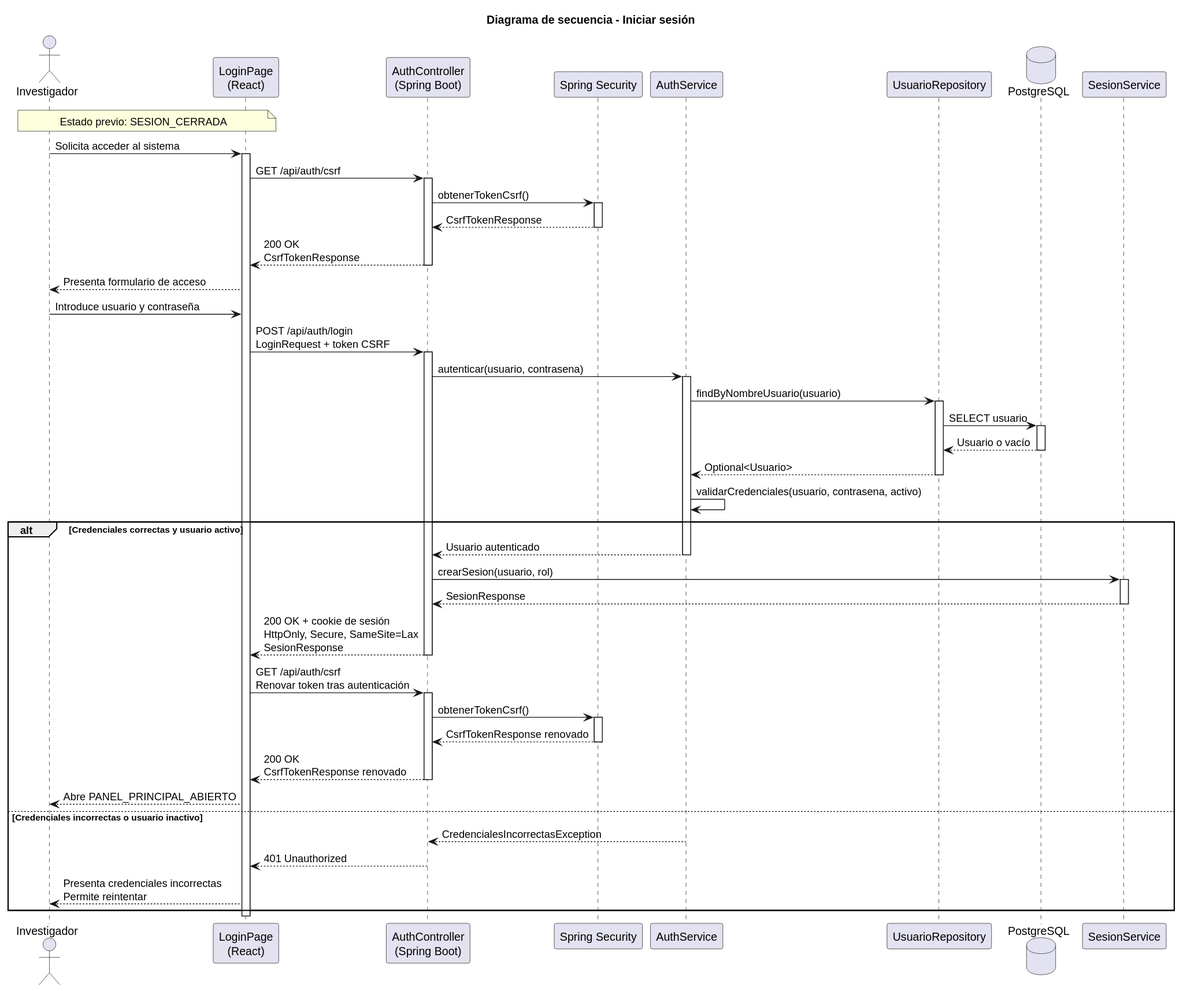
The PlantUML diagram images/RUP/02-diseño/casos-uso/investigador/iniciarSesion/secuencia.svg in beatriizorozco/25-26-idsw2-sdVC, before a commit.
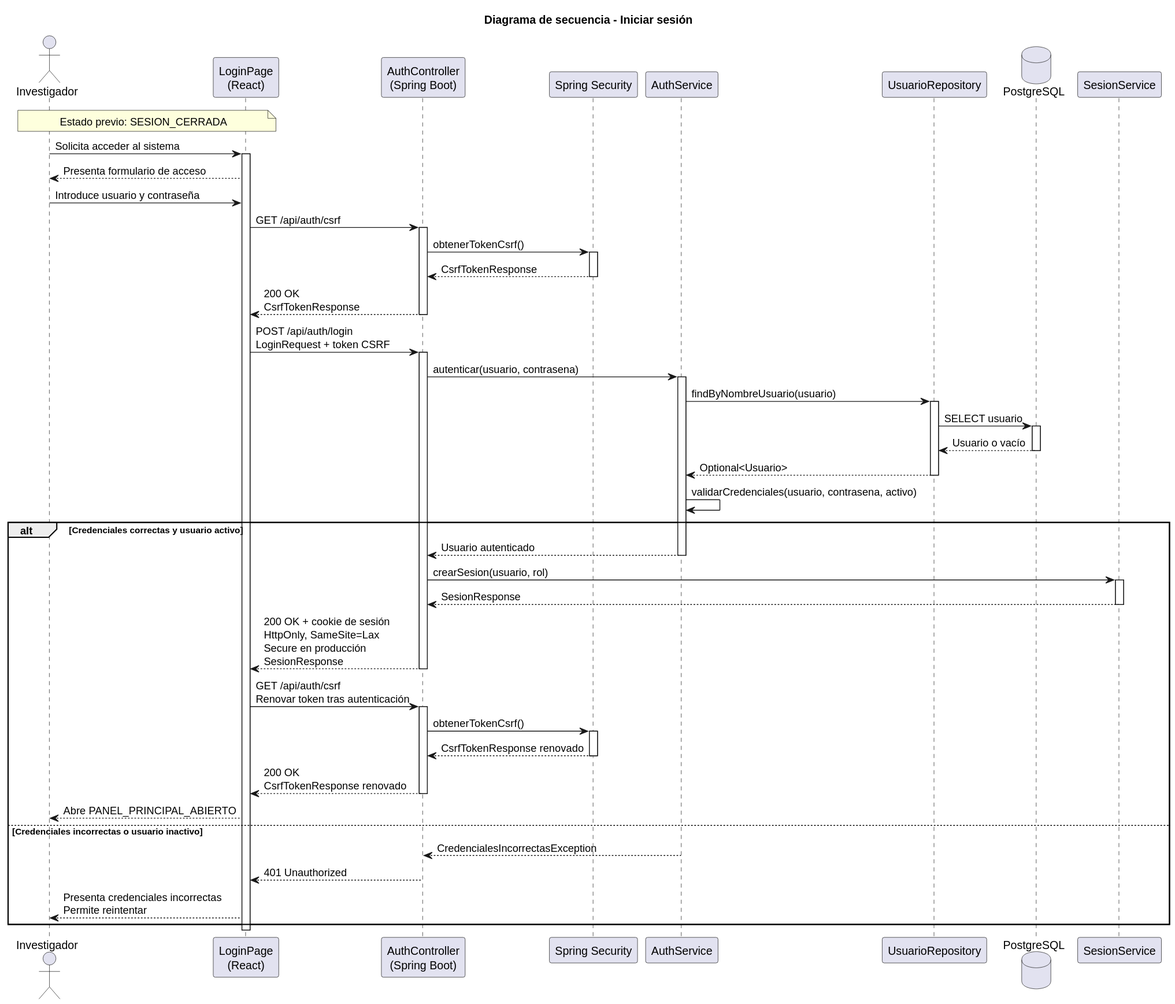
After the change.

The edit, as a diff of the source:
```diff
@@ -16,6 +16,8 @@
 
 Investigador -> Frontend: Solicita acceder al sistema
 activate Frontend
+Frontend --> Investigador: Presenta formulario de acceso
+Investigador -> Frontend: Introduce usuario y contraseña
 Frontend -> Api: GET /api/auth/csrf
 activate Api
 Api -> Security: obtenerTokenCsrf()
@@ -24,8 +26,6 @@
 deactivate Security
 Api --> Frontend: 200 OK\nCsrfTokenResponse
 deactivate Api
-Frontend --> Investigador: Presenta formulario de acceso
-Investigador -> Frontend: Introduce usuario y contraseña
 Frontend -> Api: POST /api/auth/login\nLoginRequest + token CSRF
 activate Api
 Api -> Auth: autenticar(usuario, contrasena)
@@ -47,7 +47,7 @@
     activate Sesion
     Sesion --> Api: SesionResponse
     deactivate Sesion
-    Api --> Frontend: 200 OK + cookie de sesión\nHttpOnly, Secure, SameSite=Lax\nSesionResponse
+    Api --> Frontend: 200 OK + cookie de sesión\nHttpOnly, SameSite=Lax\nSecure en producción\nSesionResponse
     deactivate Api
     Frontend -> Api: GET /api/auth/csrf\nRenovar token tras autenticación
     activate Api
```
